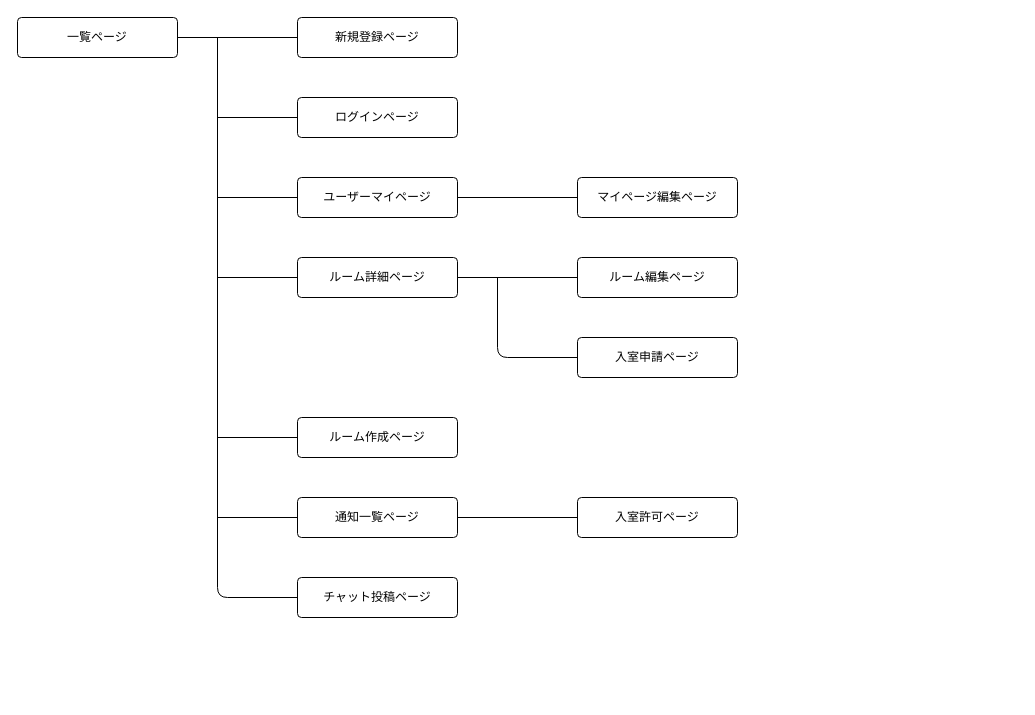
Earlier version of the draw.io diagram esco_screen_transition.dio (mocchio/esco). Source tidied: cells renumbered, new cells numbered last; positions are measured from the earlier drawing's top-left corner, leaving out a move shared by most shapes. Both pictures are drawn from the tidied source at 100%, with x=0, y=0 at pixel (17, 17).
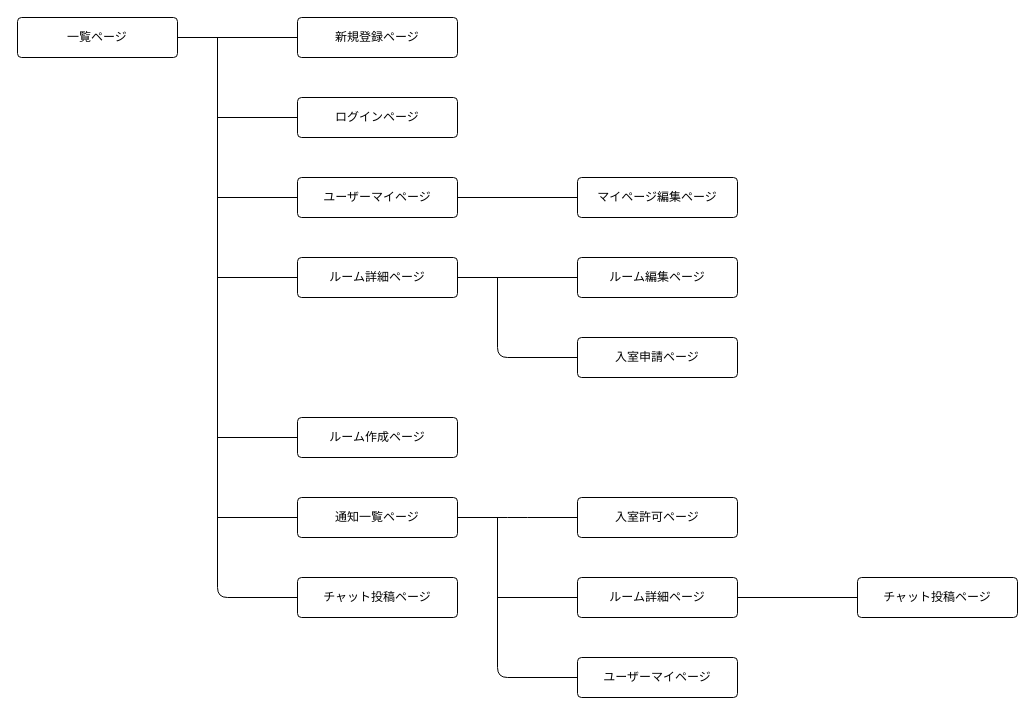
Above is the later version.

Commit message (it also covers changes not shown here):
画面遷移図、ER図編集

Unchanged cells that the change refers to:
```xml
<mxCell id="19" value="通知一覧ページ" style="rounded=1;arcSize=10;whiteSpace=wrap;html=1;align=center;" parent="1" vertex="1">
  <mxGeometry x="280" y="480" width="160" height="40" as="geometry" />
</mxCell>
<mxCell id="24" value="入室許可ページ" style="rounded=1;arcSize=10;whiteSpace=wrap;html=1;align=center;" parent="1" vertex="1">
  <mxGeometry x="560" y="480" width="160" height="40" as="geometry" />
</mxCell>
```

The edit, as a diff of the source:
```diff
@@
     <mxCell id="18" style="edgeStyle=none;html=1;exitX=1;exitY=0.5;exitDx=0;exitDy=0;entryX=0;entryY=0.5;entryDx=0;entryDy=0;endArrow=none;endFill=0;" parent="1" edge="1" source="19" target="24">
-      <mxGeometry relative="1" as="geometry" />
+      <mxGeometry relative="1" as="geometry">
+        <Array as="points">
+          <mxPoint x="500" y="500" />
+        </Array>
+      </mxGeometry>
     </mxCell>
+    <mxCell id="25" style="edgeStyle=none;html=1;entryX=0;entryY=0.5;entryDx=0;entryDy=0;endArrow=none;endFill=0;" parent="1" edge="1" target="29">
+      <mxGeometry relative="1" as="geometry">
+        <mxPoint x="480" y="500" as="sourcePoint" />
+        <Array as="points">
+          <mxPoint x="480" y="660" />
+        </Array>
+      </mxGeometry>
+    </mxCell>
+    <mxCell id="26" style="edgeStyle=none;html=1;entryX=0;entryY=0.5;entryDx=0;entryDy=0;endArrow=none;endFill=0;" parent="1" edge="1" target="28">
+      <mxGeometry relative="1" as="geometry">
+        <mxPoint x="480" y="580" as="sourcePoint" />
+      </mxGeometry>
+    </mxCell>
@@
+    <mxCell id="27" style="edgeStyle=none;html=1;exitX=1;exitY=0.5;exitDx=0;exitDy=0;entryX=0;entryY=0.5;entryDx=0;entryDy=0;endArrow=none;endFill=0;" parent="1" edge="1" source="28" target="30">
+      <mxGeometry relative="1" as="geometry" />
+    </mxCell>
+    <mxCell id="28" value="ルーム詳細ページ" style="rounded=1;arcSize=10;whiteSpace=wrap;html=1;align=center;" parent="1" vertex="1">
+      <mxGeometry x="560" y="560" width="160" height="40" as="geometry" />
+    </mxCell>
+    <mxCell id="29" value="ユーザーマイページ" style="rounded=1;arcSize=10;whiteSpace=wrap;html=1;align=center;" parent="1" vertex="1">
+      <mxGeometry x="560" y="640" width="160" height="40" as="geometry" />
+    </mxCell>
+    <mxCell id="30" value="チャット投稿ページ" style="rounded=1;arcSize=10;whiteSpace=wrap;html=1;align=center;" parent="1" vertex="1">
+      <mxGeometry x="840" y="560" width="160" height="40" as="geometry" />
+    </mxCell>
```
